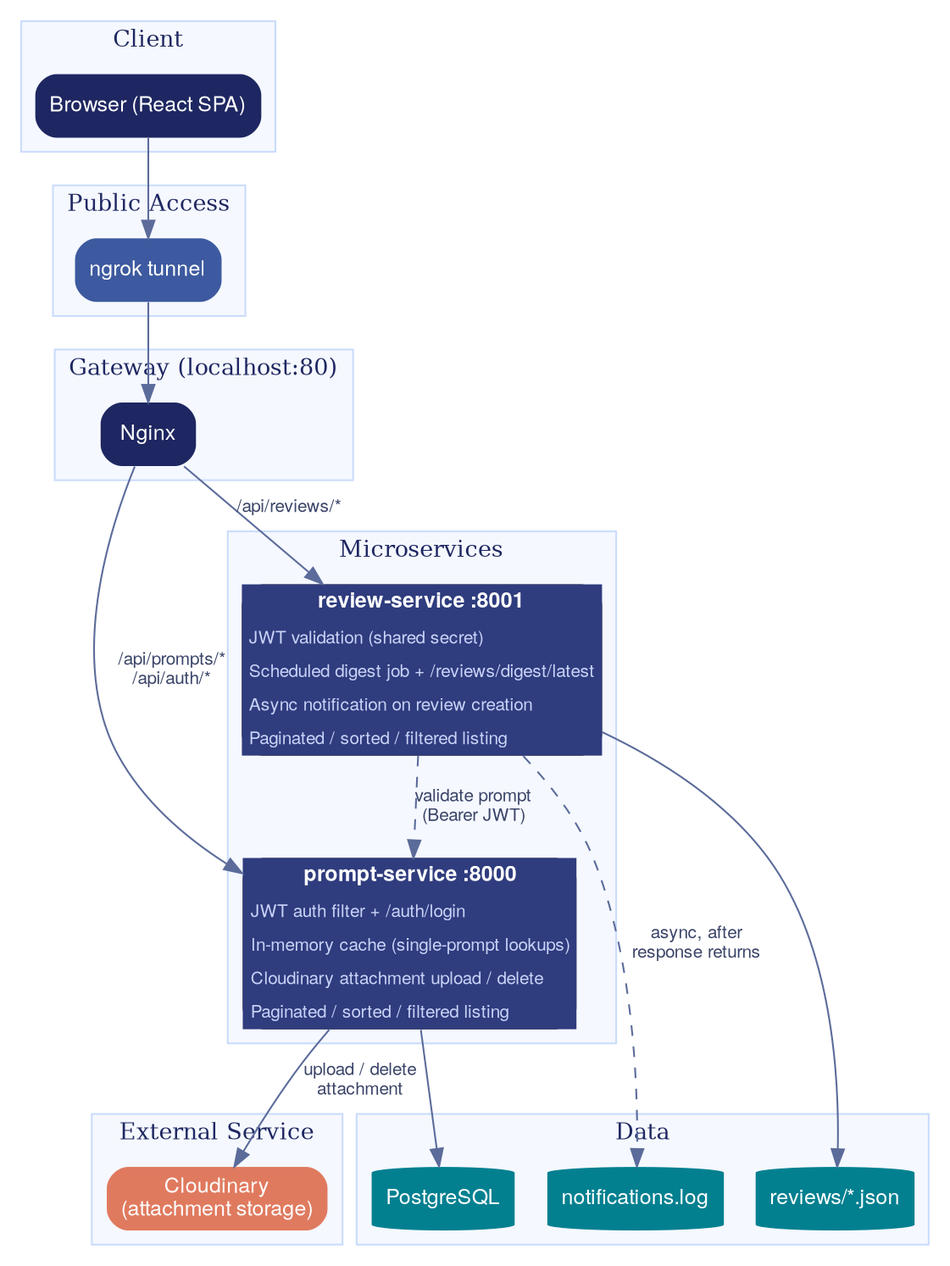
This is docs/architecture.png from salehayasir/prompt-manager, a Graphviz export, as it was before one commit. Its source is kept beside it as docs/architecture.dot. The source it was exported from:
```dot
digraph Architecture {
  rankdir=TB;
  bgcolor="white";
  node [fontname="Helvetica,sans-Serif", fontsize=12, shape=box, style="rounded,filled", color=black, penwidth=0];
  edge [fontname="Helvetica,sans-Serif", fontsize=10, color="#5b6b9a", fontcolor="#3a4468"];

  subgraph cluster_client {
    label="Client";
    style=filled; color="#cadcfc"; fillcolor="#f5f8ff"; fontcolor="#1e2761"; fontsize=13;
    Browser [label="Browser (React SPA)", fillcolor="#1e2761", fontcolor=white];
  }

  subgraph cluster_tunnel {
    label="Public Access";
    style=filled; color="#cadcfc"; fillcolor="#f5f8ff"; fontcolor="#1e2761"; fontsize=13;
    Ngrok [label="ngrok tunnel", fillcolor="#3d5aa0", fontcolor=white];
  }

  subgraph cluster_gateway {
    label="Gateway (localhost:80)";
    style=filled; color="#cadcfc"; fillcolor="#f5f8ff"; fontcolor="#1e2761"; fontsize=13;
    Nginx [label="Nginx", fillcolor="#1e2761", fontcolor=white];
  }

  subgraph cluster_services {
    label="Microservices";
    style=filled; color="#cadcfc"; fillcolor="#f5f8ff"; fontcolor="#1e2761"; fontsize=13;

    PromptService [shape=plain, label=<
      <TABLE BORDER="0" CELLBORDER="0" CELLSPACING="0" CELLPADDING="4" BGCOLOR="#2f3c7e">
        <TR><TD ALIGN="CENTER"><FONT COLOR="white" POINT-SIZE="12"><B>prompt-service :8000</B></FONT></TD></TR>
        <TR><TD ALIGN="LEFT"><FONT COLOR="#c9d3f7" POINT-SIZE="10">JWT auth filter + /auth/login</FONT></TD></TR>
        <TR><TD ALIGN="LEFT"><FONT COLOR="#c9d3f7" POINT-SIZE="10">In-memory cache (single-prompt lookups)</FONT></TD></TR>
        <TR><TD ALIGN="LEFT"><FONT COLOR="#c9d3f7" POINT-SIZE="10">Cloudinary attachment upload / delete</FONT></TD></TR>
        <TR><TD ALIGN="LEFT"><FONT COLOR="#c9d3f7" POINT-SIZE="10">Paginated / sorted / filtered listing</FONT></TD></TR>
      </TABLE>
    >];

    ReviewService [shape=plain, label=<
      <TABLE BORDER="0" CELLBORDER="0" CELLSPACING="0" CELLPADDING="4" BGCOLOR="#2f3c7e">
        <TR><TD ALIGN="CENTER"><FONT COLOR="white" POINT-SIZE="12"><B>review-service :8001</B></FONT></TD></TR>
        <TR><TD ALIGN="LEFT"><FONT COLOR="#c9d3f7" POINT-SIZE="10">JWT validation (shared secret)</FONT></TD></TR>
        <TR><TD ALIGN="LEFT"><FONT COLOR="#c9d3f7" POINT-SIZE="10">Scheduled digest job + /reviews/digest/latest</FONT></TD></TR>
        <TR><TD ALIGN="LEFT"><FONT COLOR="#c9d3f7" POINT-SIZE="10">Async notification on review creation</FONT></TD></TR>
        <TR><TD ALIGN="LEFT"><FONT COLOR="#c9d3f7" POINT-SIZE="10">Paginated / sorted / filtered listing</FONT></TD></TR>
      </TABLE>
    >];
  }

  subgraph cluster_external {
    label="External Service";
    style=filled; color="#cadcfc"; fillcolor="#f5f8ff"; fontcolor="#1e2761"; fontsize=13;
    Cloudinary [label="Cloudinary\n(attachment storage)", fillcolor="#e07a5f", fontcolor=white];
  }

  subgraph cluster_data {
    label="Data";
    style=filled; color="#cadcfc"; fillcolor="#f5f8ff"; fontcolor="#1e2761"; fontsize=13;
    Postgres [label="PostgreSQL", shape=cylinder, fillcolor="#028090", fontcolor=white];
    JsonStore [label="reviews/*.json", shape=cylinder, fillcolor="#028090", fontcolor=white];
    NotifLog [label="notifications.log", shape=cylinder, fillcolor="#028090", fontcolor=white];
  }

  Browser -> Ngrok;
  Ngrok -> Nginx;
  Nginx -> PromptService [label="/api/prompts/*\n/api/auth/*"];
  Nginx -> ReviewService [label="/api/reviews/*"];
  ReviewService -> PromptService [label="validate prompt\n(Bearer JWT)", style=dashed];
  PromptService -> Postgres;
  PromptService -> Cloudinary [label="upload / delete\nattachment"];
  ReviewService -> JsonStore;
  ReviewService -> NotifLog [label="async, after\nresponse returns", style=dashed];
}
```
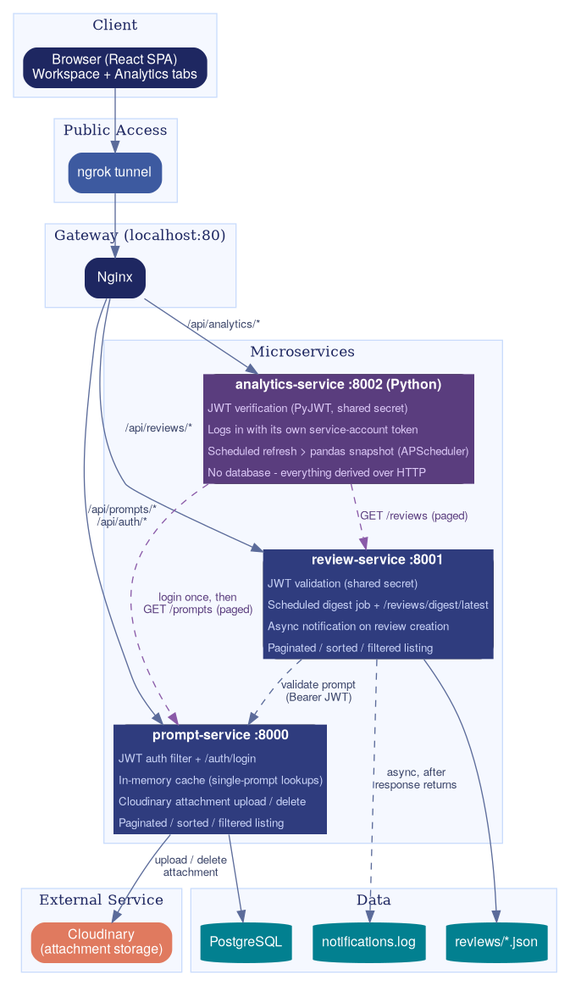
The same file after the commit.

Commit message:
docs: update architecture diagram and README for analytics-service

What changed in the source:
```diff
@@ -7,7 +7,7 @@
   subgraph cluster_client {
     label="Client";
     style=filled; color="#cadcfc"; fillcolor="#f5f8ff"; fontcolor="#1e2761"; fontsize=13;
-    Browser [label="Browser (React SPA)", fillcolor="#1e2761", fontcolor=white];
+    Browser [label="Browser (React SPA)\nWorkspace + Analytics tabs", fillcolor="#1e2761", fontcolor=white];
   }
 
   subgraph cluster_tunnel {
@@ -45,6 +45,16 @@
         <TR><TD ALIGN="LEFT"><FONT COLOR="#c9d3f7" POINT-SIZE="10">Paginated / sorted / filtered listing</FONT></TD></TR>
       </TABLE>
     >];
+
+    AnalyticsService [shape=plain, label=<
+      <TABLE BORDER="0" CELLBORDER="0" CELLSPACING="0" CELLPADDING="4" BGCOLOR="#5a3d7e">
+        <TR><TD ALIGN="CENTER"><FONT COLOR="white" POINT-SIZE="12"><B>analytics-service :8002 (Python)</B></FONT></TD></TR>
+        <TR><TD ALIGN="LEFT"><FONT COLOR="#dcc9f7" POINT-SIZE="10">JWT verification (PyJWT, shared secret)</FONT></TD></TR>
+        <TR><TD ALIGN="LEFT"><FONT COLOR="#dcc9f7" POINT-SIZE="10">Logs in with its own service-account token</FONT></TD></TR>
+        <TR><TD ALIGN="LEFT"><FONT COLOR="#dcc9f7" POINT-SIZE="10">Scheduled refresh &gt; pandas snapshot (APScheduler)</FONT></TD></TR>
+        <TR><TD ALIGN="LEFT"><FONT COLOR="#dcc9f7" POINT-SIZE="10">No database - everything derived over HTTP</FONT></TD></TR>
+      </TABLE>
+    >];
   }
 
   subgraph cluster_external {
@@ -65,7 +75,10 @@
   Ngrok -> Nginx;
   Nginx -> PromptService [label="/api/prompts/*\n/api/auth/*"];
   Nginx -> ReviewService [label="/api/reviews/*"];
+  Nginx -> AnalyticsService [label="/api/analytics/*"];
   ReviewService -> PromptService [label="validate prompt\n(Bearer JWT)", style=dashed];
+  AnalyticsService -> PromptService [label="login once, then\nGET /prompts (paged)", style=dashed, color="#8a5aa8", fontcolor="#5a3d7e"];
+  AnalyticsService -> ReviewService [label="GET /reviews (paged)", style=dashed, color="#8a5aa8", fontcolor="#5a3d7e"];
   PromptService -> Postgres;
   PromptService -> Cloudinary [label="upload / delete\nattachment"];
   ReviewService -> JsonStore;
```
